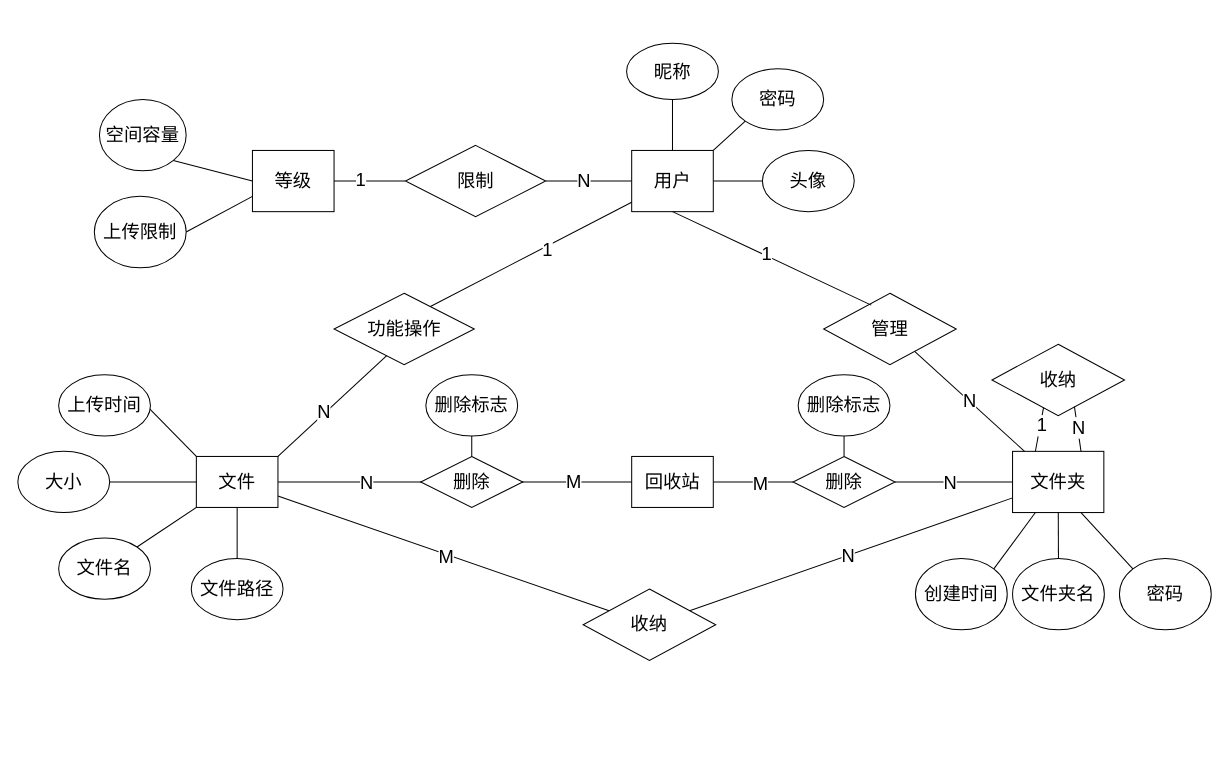
This is ER图.drawio from Apauto-to-all/SimpleNetdisk, a draw.io file, before an edit. Source tidied: cells renumbered, new cells numbered last; positions are measured from the earlier drawing's top-left corner, leaving out a move shared by most shapes. Both pictures are drawn from the tidied source at 102%, with x=0, y=0 at pixel (17, 43).
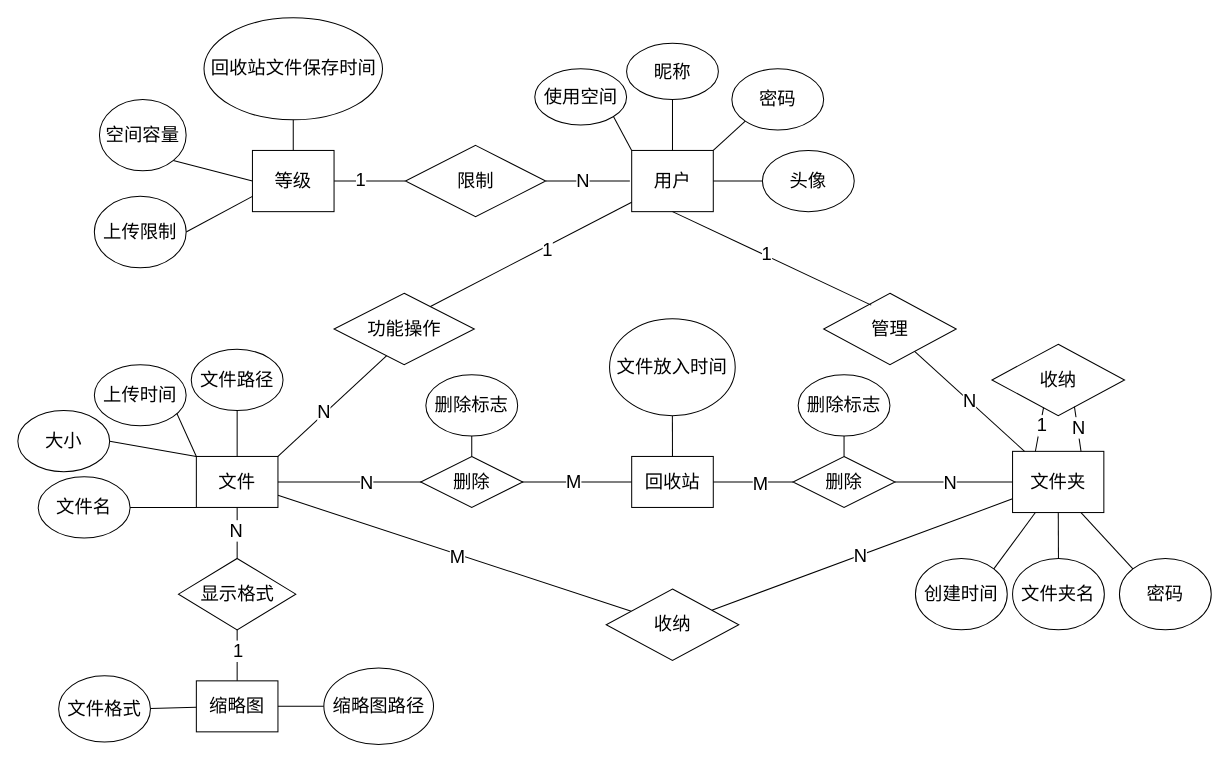
The same diagram, later.

The change refers to these unchanged cells:
```xml
<mxCell id="2" value="&lt;font style=&quot;font-size: 18px;&quot;&gt;用户&lt;/font&gt;" style="rounded=0;whiteSpace=wrap;html=1;" parent="1" vertex="1">
  <mxGeometry x="601.8" y="105" width="80" height="60" as="geometry" />
</mxCell>
<mxCell id="12" value="&lt;font style=&quot;font-size: 18px;&quot;&gt;文件&lt;/font&gt;" style="rounded=0;whiteSpace=wrap;html=1;" parent="1" vertex="1">
  <mxGeometry x="175" y="405" width="80" height="50" as="geometry" />
</mxCell>
<mxCell id="23" value="&lt;span style=&quot;font-size: 18px;&quot;&gt;回收站&lt;/span&gt;" style="rounded=0;whiteSpace=wrap;html=1;" parent="1" vertex="1">
  <mxGeometry x="601.8" y="405" width="80" height="50" as="geometry" />
</mxCell>
<mxCell id="48" value="&lt;font style=&quot;font-size: 18px;&quot;&gt;等级&lt;/font&gt;" style="rounded=0;whiteSpace=wrap;html=1;" parent="1" vertex="1">
  <mxGeometry x="230" y="105" width="80" height="60" as="geometry" />
</mxCell>
<mxCell id="51" value="&lt;font style=&quot;font-size: 18px;&quot;&gt;限制&lt;/font&gt;" style="rhombus;whiteSpace=wrap;html=1;" parent="1" vertex="1">
  <mxGeometry x="380" y="100" width="137.5" height="70" as="geometry" />
</mxCell>
```

The edit, as a diff of the source:
```diff
@@
+    <mxCell id="70" style="edgeStyle=none;rounded=0;jettySize=auto;html=1;exitX=0;exitY=0;exitDx=0;exitDy=0;entryX=1;entryY=1;entryDx=0;entryDy=0;strokeColor=default;align=center;verticalAlign=middle;fontFamily=Helvetica;fontSize=11;fontColor=default;labelBackgroundColor=default;endArrow=none;" parent="1" edge="1" source="2" target="72">
+      <mxGeometry relative="1" as="geometry" />
+    </mxCell>
@@
     <mxCell id="17" value="&lt;font style=&quot;font-size: 18px;&quot;&gt;收纳&lt;/font&gt;" style="rhombus;whiteSpace=wrap;html=1;rotation=0;" parent="1" vertex="1">
-      <mxGeometry x="554.2" y="535" width="130" height="70" as="geometry" />
+      <mxGeometry x="576.8" y="535" width="130" height="70" as="geometry" />
     </mxCell>
@@
     <mxCell id="34" value="&lt;span style=&quot;font-size: 18px;&quot;&gt;上传时间&lt;/span&gt;" style="ellipse;whiteSpace=wrap;html=1;fontFamily=Helvetica;fontSize=11;fontColor=default;labelBackgroundColor=default;" parent="1" vertex="1">
-      <mxGeometry x="40" y="325" width="90" height="60" as="geometry" />
+      <mxGeometry x="75" y="315" width="90" height="60" as="geometry" />
     </mxCell>
@@
     <mxCell id="36" value="&lt;font style=&quot;font-size: 18px;&quot;&gt;文件名&lt;/font&gt;" style="ellipse;whiteSpace=wrap;html=1;fontFamily=Helvetica;fontSize=11;fontColor=default;labelBackgroundColor=default;" parent="1" vertex="1">
-      <mxGeometry x="40" y="485" width="90" height="60" as="geometry" />
+      <mxGeometry x="20" y="425" width="90" height="60" as="geometry" />
     </mxCell>
-    <mxCell id="37" style="edgeStyle=none;rounded=0;jettySize=auto;html=1;exitX=1;exitY=0.5;exitDx=0;exitDy=0;entryX=0;entryY=0.5;entryDx=0;entryDy=0;strokeColor=default;align=center;verticalAlign=middle;fontFamily=Helvetica;fontSize=11;fontColor=default;labelBackgroundColor=default;endArrow=none;" parent="1" edge="1" source="38" target="12">
+    <mxCell id="37" style="edgeStyle=none;rounded=0;jettySize=auto;html=1;exitX=1;exitY=0.5;exitDx=0;exitDy=0;strokeColor=default;align=center;verticalAlign=middle;fontFamily=Helvetica;fontSize=11;fontColor=default;labelBackgroundColor=default;endArrow=none;entryX=0;entryY=0;entryDx=0;entryDy=0;" parent="1" edge="1" source="38" target="12">
       <mxGeometry relative="1" as="geometry" />
     </mxCell>
     <mxCell id="38" value="&lt;font style=&quot;font-size: 18px;&quot;&gt;大小&lt;/font&gt;" style="ellipse;whiteSpace=wrap;html=1;fontFamily=Helvetica;fontSize=11;fontColor=default;labelBackgroundColor=default;" parent="1" vertex="1">
-      <mxGeometry y="400" width="90" height="60" as="geometry" />
+      <mxGeometry y="360" width="90" height="60" as="geometry" />
     </mxCell>
@@
+    <mxCell id="71" style="edgeStyle=none;rounded=0;jettySize=auto;html=1;exitX=0.5;exitY=0;exitDx=0;exitDy=0;entryX=0.5;entryY=1;entryDx=0;entryDy=0;strokeColor=default;align=center;verticalAlign=middle;fontFamily=Helvetica;fontSize=11;fontColor=default;labelBackgroundColor=default;endArrow=none;" parent="1" edge="1" source="48" target="81">
+      <mxGeometry relative="1" as="geometry" />
+    </mxCell>
@@
-    <mxCell id="49" style="edgeStyle=none;rounded=0;jettySize=auto;html=1;exitX=1;exitY=0.5;exitDx=0;exitDy=0;strokeColor=default;align=center;verticalAlign=middle;fontFamily=Helvetica;fontSize=11;fontColor=default;labelBackgroundColor=default;endArrow=none;entryX=0;entryY=0.5;entryDx=0;entryDy=0;" parent="1" edge="1" source="51" target="2">
-      <mxGeometry relative="1" as="geometry" />
+    <mxCell id="49" style="edgeStyle=none;rounded=0;jettySize=auto;html=1;exitX=1;exitY=0.5;exitDx=0;exitDy=0;strokeColor=default;align=center;verticalAlign=middle;fontFamily=Helvetica;fontSize=11;fontColor=default;labelBackgroundColor=default;endArrow=none;" parent="1" edge="1" source="51">
+      <mxGeometry relative="1" as="geometry">
+        <mxPoint x="600" y="135" as="targetPoint" />
+      </mxGeometry>
     </mxCell>
@@
-    <mxCell id="55" style="edgeStyle=none;rounded=0;jettySize=auto;html=1;entryX=0.5;entryY=1;entryDx=0;entryDy=0;strokeColor=default;align=center;verticalAlign=middle;fontFamily=Helvetica;fontSize=11;fontColor=default;labelBackgroundColor=default;endArrow=none;exitX=0.5;exitY=0;exitDx=0;exitDy=0;" parent="1" edge="1" source="56" target="12">
-      <mxGeometry relative="1" as="geometry" />
+    <mxCell id="55" style="edgeStyle=none;rounded=0;jettySize=auto;html=1;strokeColor=default;align=center;verticalAlign=middle;fontFamily=Helvetica;fontSize=11;fontColor=default;labelBackgroundColor=default;endArrow=none;exitX=0.5;exitY=0;exitDx=0;exitDy=0;" parent="1" edge="1" source="56">
+      <mxGeometry relative="1" as="geometry">
+        <mxPoint x="215" y="405" as="targetPoint" />
+      </mxGeometry>
     </mxCell>
     <mxCell id="56" value="&lt;span style=&quot;font-size: 18px;&quot;&gt;文件路径&lt;/span&gt;" style="ellipse;whiteSpace=wrap;html=1;fontFamily=Helvetica;fontSize=11;fontColor=default;labelBackgroundColor=default;" parent="1" vertex="1">
-      <mxGeometry x="170" y="505" width="90" height="60" as="geometry" />
+      <mxGeometry x="170" y="300" width="90" height="60" as="geometry" />
     </mxCell>
@@
+    <mxCell id="72" value="&lt;span style=&quot;font-size: 18px;&quot;&gt;使用空间&lt;/span&gt;" style="ellipse;whiteSpace=wrap;html=1;fontFamily=Helvetica;fontSize=11;fontColor=default;labelBackgroundColor=default;" parent="1" vertex="1">
+      <mxGeometry x="506.8" y="25" width="90" height="55" as="geometry" />
+    </mxCell>
+    <mxCell id="73" value="&lt;font style=&quot;font-size: 18px;&quot;&gt;缩略图&lt;/font&gt;" style="rounded=0;whiteSpace=wrap;html=1;" parent="1" vertex="1">
+      <mxGeometry x="175" y="625" width="80" height="50" as="geometry" />
+    </mxCell>
+    <mxCell id="74" style="edgeStyle=none;rounded=0;jettySize=auto;html=1;strokeColor=default;align=center;verticalAlign=middle;fontFamily=Helvetica;fontSize=11;fontColor=default;labelBackgroundColor=default;endArrow=none;" parent="1" edge="1" source="78" target="12">
+      <mxGeometry relative="1" as="geometry" />
+    </mxCell>
+    <mxCell id="75" value="&lt;font style=&quot;font-size: 18px;&quot;&gt;N&lt;/font&gt;" style="edgeLabel;html=1;align=center;verticalAlign=middle;fontFamily=Helvetica;fontSize=11;fontColor=default;labelBackgroundColor=default;" parent="74" vertex="1">
+      <mxGeometry x="0.13" y="2" relative="1" as="geometry" />
+    </mxCell>
+    <mxCell id="76" style="edgeStyle=none;rounded=0;jettySize=auto;html=1;strokeColor=default;align=center;verticalAlign=middle;fontFamily=Helvetica;fontSize=11;fontColor=default;labelBackgroundColor=default;endArrow=none;" parent="1" edge="1" source="78" target="73">
+      <mxGeometry relative="1" as="geometry" />
+    </mxCell>
+    <mxCell id="77" value="&lt;font style=&quot;font-size: 18px;&quot;&gt;1&lt;/font&gt;" style="edgeLabel;html=1;align=center;verticalAlign=middle;fontFamily=Helvetica;fontSize=11;fontColor=default;labelBackgroundColor=default;" parent="76" vertex="1">
+      <mxGeometry x="-0.19" relative="1" as="geometry" />
+    </mxCell>
+    <mxCell id="78" value="&lt;font style=&quot;font-size: 18px;&quot;&gt;显示格式&lt;/font&gt;" style="rhombus;whiteSpace=wrap;html=1;" parent="1" vertex="1">
+      <mxGeometry x="157.5" y="505" width="115" height="70" as="geometry" />
+    </mxCell>
+    <mxCell id="79" style="edgeStyle=none;rounded=0;jettySize=auto;html=1;exitX=0.5;exitY=1;exitDx=0;exitDy=0;entryX=0.5;entryY=0;entryDx=0;entryDy=0;strokeColor=default;align=center;verticalAlign=middle;fontFamily=Helvetica;fontSize=11;fontColor=default;labelBackgroundColor=default;endArrow=none;" parent="1" edge="1" source="80" target="23">
+      <mxGeometry relative="1" as="geometry" />
+    </mxCell>
+    <mxCell id="80" value="&lt;font style=&quot;font-size: 18px;&quot;&gt;文件放入时间&lt;/font&gt;" style="ellipse;whiteSpace=wrap;html=1;fontFamily=Helvetica;fontSize=11;fontColor=default;labelBackgroundColor=default;" parent="1" vertex="1">
+      <mxGeometry x="580.1" y="270" width="123.2" height="95" as="geometry" />
+    </mxCell>
+    <mxCell id="81" value="&lt;span style=&quot;font-size: 18px;&quot;&gt;回收站文件保存时间&lt;/span&gt;" style="ellipse;whiteSpace=wrap;html=1;fontFamily=Helvetica;fontSize=11;fontColor=default;labelBackgroundColor=default;" parent="1" vertex="1">
+      <mxGeometry x="182.5" y="-25" width="175" height="100" as="geometry" />
+    </mxCell>
+    <mxCell id="82" style="edgeStyle=none;rounded=0;jettySize=auto;html=1;strokeColor=default;align=center;verticalAlign=middle;fontFamily=Helvetica;fontSize=11;fontColor=default;labelBackgroundColor=default;endArrow=none;" parent="1" edge="1" source="83" target="73">
+      <mxGeometry relative="1" as="geometry" />
+    </mxCell>
+    <mxCell id="83" value="&lt;span style=&quot;font-size: 18px;&quot;&gt;文件格式&lt;/span&gt;" style="ellipse;whiteSpace=wrap;html=1;fontFamily=Helvetica;fontSize=11;fontColor=default;labelBackgroundColor=default;" parent="1" vertex="1">
+      <mxGeometry x="40" y="620" width="90" height="65" as="geometry" />
+    </mxCell>
+    <mxCell id="84" style="edgeStyle=none;rounded=0;jettySize=auto;html=1;strokeColor=default;align=center;verticalAlign=middle;fontFamily=Helvetica;fontSize=11;fontColor=default;labelBackgroundColor=default;endArrow=none;" parent="1" edge="1" source="85" target="73">
+      <mxGeometry relative="1" as="geometry" />
+    </mxCell>
+    <mxCell id="85" value="&lt;span style=&quot;font-size: 18px;&quot;&gt;缩略图路径&lt;/span&gt;" style="ellipse;whiteSpace=wrap;html=1;fontFamily=Helvetica;fontSize=11;fontColor=default;labelBackgroundColor=default;" parent="1" vertex="1">
+      <mxGeometry x="300" y="612.5" width="107.5" height="75" as="geometry" />
+    </mxCell>
```
